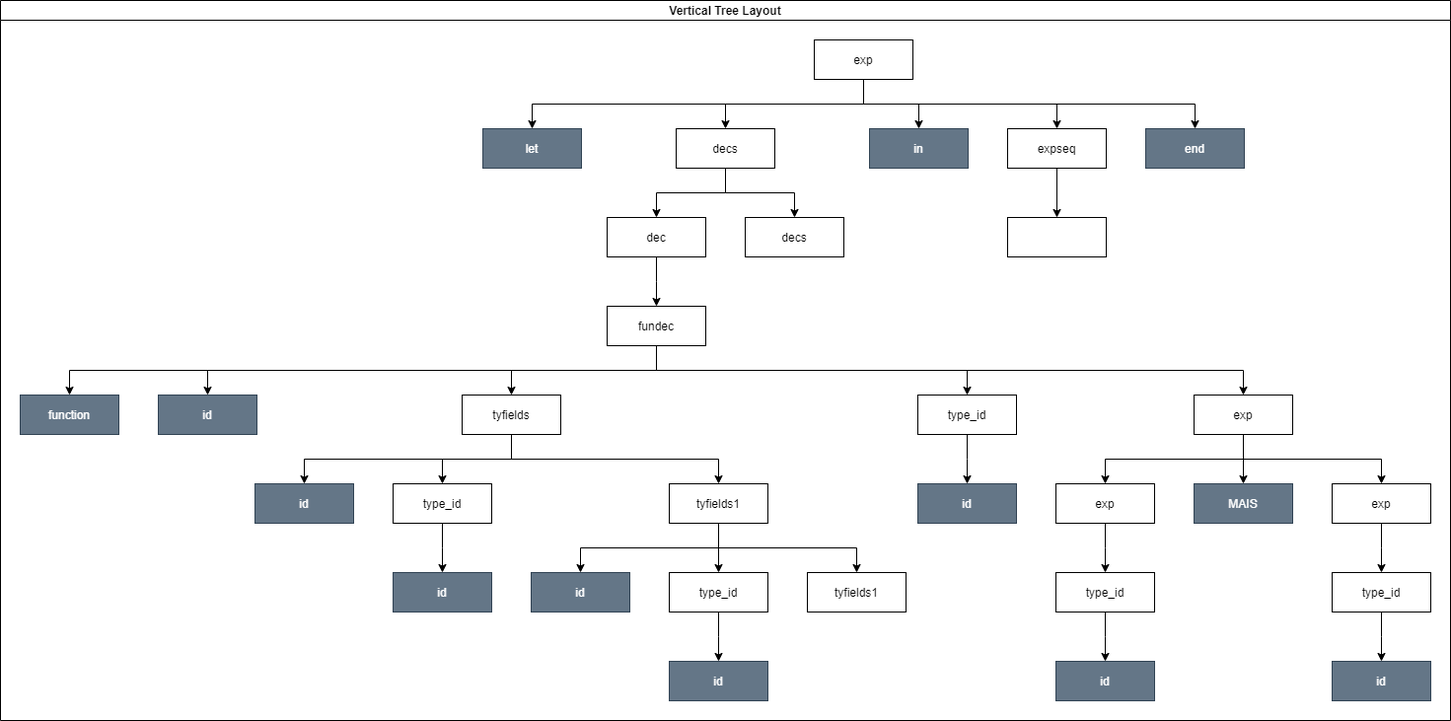
Above: rascunho/diagramas/declaracao_funcao.drawio.png in vitor-lucio/compiladores (draw.io), before the change. Source tidied: cells renumbered, new cells last; positions are measured from the earlier drawing's top-left corner, leaving out a move shared by most shapes.
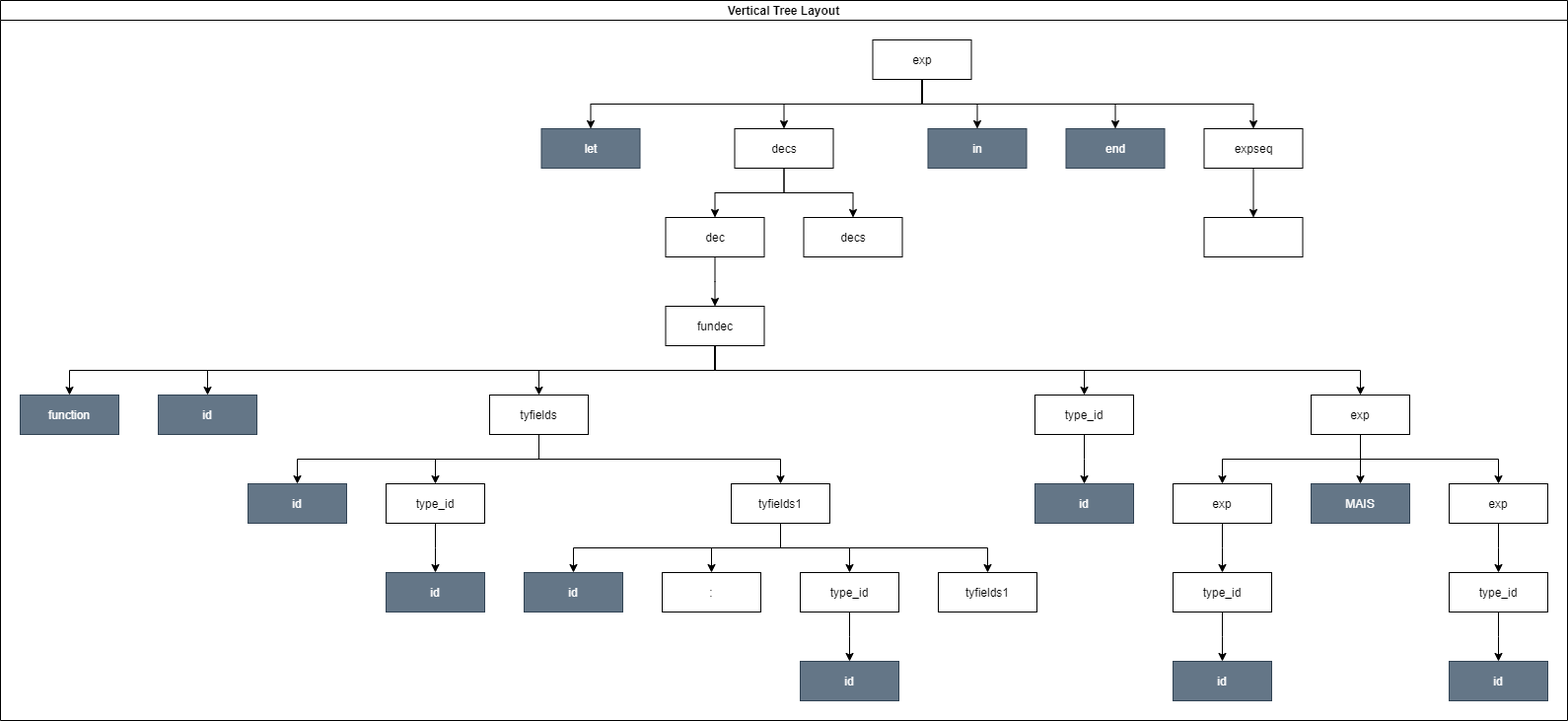
The same file after the commit.

The edit, as a diff of the source:
```diff
@@ -3,19 +3,19 @@
     <mxCell id="0" />
     <mxCell id="1" parent="0" />
     <mxCell id="2" value="Vertical Tree Layout" style="swimlane;startSize=20;horizontal=1;horizontalTree=0;containerType=tree;" parent="1" vertex="1">
-      <mxGeometry width="1470" height="730" as="geometry" />
+      <mxGeometry width="1589" height="730" as="geometry" />
     </mxCell>
     <mxCell id="3" value="exp" style="whiteSpace=wrap;html=1;" parent="2" vertex="1">
-      <mxGeometry x="825" y="40" width="100" height="40" as="geometry" />
+      <mxGeometry x="884.5" y="40" width="100" height="40" as="geometry" />
     </mxCell>
     <mxCell id="4" value="let" style="whiteSpace=wrap;html=1;fillColor=#647687;fontColor=#ffffff;strokeColor=#314354;" parent="2" vertex="1">
-      <mxGeometry x="489" y="130" width="100" height="40" as="geometry" />
+      <mxGeometry x="548.5" y="130" width="100" height="40" as="geometry" />
     </mxCell>
     <mxCell id="5" style="edgeStyle=elbowEdgeStyle;elbow=vertical;html=1;rounded=0;" parent="2" edge="1" source="3" target="4">
       <mxGeometry relative="1" as="geometry" />
     </mxCell>
     <mxCell id="6" value="decs" style="whiteSpace=wrap;html=1;" parent="2" vertex="1">
-      <mxGeometry x="685" y="130" width="100" height="40" as="geometry" />
+      <mxGeometry x="744.5" y="130" width="100" height="40" as="geometry" />
     </mxCell>
     <mxCell id="7" style="edgeStyle=elbowEdgeStyle;elbow=vertical;html=1;rounded=0;" parent="2" edge="1" source="3" target="6">
       <mxGeometry relative="1" as="geometry" />
@@ -24,43 +24,43 @@
       <mxGeometry relative="1" as="geometry" />
     </mxCell>
     <mxCell id="9" value="in" style="whiteSpace=wrap;html=1;fillColor=#647687;fontColor=#ffffff;strokeColor=#314354;" parent="2" vertex="1">
-      <mxGeometry x="881" y="130" width="100" height="40" as="geometry" />
+      <mxGeometry x="940.5" y="130" width="100" height="40" as="geometry" />
     </mxCell>
     <mxCell id="10" style="edgeStyle=orthogonalEdgeStyle;rounded=0;jettySize=auto;html=1;exitX=0.5;exitY=1;exitDx=0;exitDy=0;" parent="2" edge="1" source="3" target="11">
       <mxGeometry relative="1" as="geometry" />
     </mxCell>
     <mxCell id="11" value="end" style="whiteSpace=wrap;html=1;fillColor=#647687;fontColor=#ffffff;strokeColor=#314354;" parent="2" vertex="1">
-      <mxGeometry x="1161" y="130" width="100" height="40" as="geometry" />
+      <mxGeometry x="1080.5" y="130" width="100" height="40" as="geometry" />
     </mxCell>
     <mxCell id="12" style="edgeStyle=orthogonalEdgeStyle;rounded=0;jettySize=auto;html=1;exitX=0.5;exitY=1;exitDx=0;exitDy=0;" parent="2" edge="1" source="3" target="13">
       <mxGeometry relative="1" as="geometry" />
     </mxCell>
     <mxCell id="13" value="expseq" style="whiteSpace=wrap;html=1;" parent="2" vertex="1">
-      <mxGeometry x="1021" y="130" width="100" height="40" as="geometry" />
+      <mxGeometry x="1220.5" y="130" width="100" height="40" as="geometry" />
     </mxCell>
     <mxCell id="14" style="edgeStyle=elbowEdgeStyle;elbow=vertical;html=1;rounded=0;" parent="2" edge="1" source="6" target="15">
       <mxGeometry relative="1" as="geometry" />
     </mxCell>
     <mxCell id="15" value="dec" style="whiteSpace=wrap;html=1;" parent="2" vertex="1">
-      <mxGeometry x="615" y="220" width="100" height="40" as="geometry" />
+      <mxGeometry x="674.5" y="220" width="100" height="40" as="geometry" />
     </mxCell>
     <mxCell id="16" style="edgeStyle=orthogonalEdgeStyle;rounded=0;jettySize=auto;html=1;exitX=0.5;exitY=1;exitDx=0;exitDy=0;" parent="2" edge="1" source="13" target="17">
       <mxGeometry relative="1" as="geometry" />
     </mxCell>
     <mxCell id="17" value="&amp;nbsp;" style="whiteSpace=wrap;html=1;" parent="2" vertex="1">
-      <mxGeometry x="1021" y="220" width="100" height="40" as="geometry" />
+      <mxGeometry x="1220.5" y="220" width="100" height="40" as="geometry" />
     </mxCell>
     <mxCell id="18" style="edgeStyle=elbowEdgeStyle;elbow=vertical;html=1;rounded=0;" parent="2" edge="1" source="6" target="19">
       <mxGeometry relative="1" as="geometry" />
     </mxCell>
     <mxCell id="19" value="decs" style="whiteSpace=wrap;html=1;" parent="2" vertex="1">
-      <mxGeometry x="755" y="220" width="100" height="40" as="geometry" />
+      <mxGeometry x="814.5" y="220" width="100" height="40" as="geometry" />
     </mxCell>
     <mxCell id="20" style="edgeStyle=elbowEdgeStyle;elbow=vertical;html=1;rounded=0;" parent="2" edge="1" source="15" target="21">
       <mxGeometry relative="1" as="geometry" />
     </mxCell>
     <mxCell id="21" value="fundec" style="whiteSpace=wrap;html=1;" parent="2" vertex="1">
-      <mxGeometry x="615" y="310" width="100" height="40" as="geometry" />
+      <mxGeometry x="674.5" y="310" width="100" height="40" as="geometry" />
     </mxCell>
     <mxCell id="22" style="edgeStyle=elbowEdgeStyle;elbow=vertical;html=1;rounded=0;" parent="2" edge="1" source="21" target="23">
       <mxGeometry relative="1" as="geometry" />
@@ -78,115 +78,121 @@
       <mxGeometry relative="1" as="geometry" />
     </mxCell>
     <mxCell id="27" value="tyfields" style="whiteSpace=wrap;html=1;" parent="2" vertex="1">
-      <mxGeometry x="468" y="400" width="100" height="40" as="geometry" />
+      <mxGeometry x="496" y="400" width="100" height="40" as="geometry" />
     </mxCell>
     <mxCell id="28" style="edgeStyle=elbowEdgeStyle;elbow=vertical;html=1;rounded=0;" parent="2" edge="1" source="21" target="29">
       <mxGeometry relative="1" as="geometry" />
     </mxCell>
     <mxCell id="29" value="type_id" style="whiteSpace=wrap;html=1;" parent="2" vertex="1">
-      <mxGeometry x="930" y="400" width="100" height="40" as="geometry" />
+      <mxGeometry x="1049" y="400" width="100" height="40" as="geometry" />
     </mxCell>
     <mxCell id="30" style="edgeStyle=elbowEdgeStyle;elbow=vertical;html=1;rounded=0;" parent="2" edge="1" source="21" target="31">
       <mxGeometry relative="1" as="geometry" />
     </mxCell>
     <mxCell id="31" value="exp" style="whiteSpace=wrap;html=1;" parent="2" vertex="1">
-      <mxGeometry x="1210" y="400" width="100" height="40" as="geometry" />
+      <mxGeometry x="1329" y="400" width="100" height="40" as="geometry" />
     </mxCell>
     <mxCell id="32" style="edgeStyle=elbowEdgeStyle;elbow=vertical;html=1;rounded=0;" parent="2" edge="1" source="31" target="33">
       <mxGeometry relative="1" as="geometry" />
     </mxCell>
     <mxCell id="33" value="exp" style="whiteSpace=wrap;html=1;" parent="2" vertex="1">
-      <mxGeometry x="1070" y="490" width="100" height="40" as="geometry" />
+      <mxGeometry x="1189" y="490" width="100" height="40" as="geometry" />
     </mxCell>
     <mxCell id="34" style="edgeStyle=elbowEdgeStyle;elbow=vertical;html=1;rounded=0;" parent="2" edge="1" source="31" target="35">
       <mxGeometry relative="1" as="geometry" />
     </mxCell>
     <mxCell id="35" value="MAIS" style="whiteSpace=wrap;html=1;fillColor=#647687;fontColor=#ffffff;strokeColor=#314354;" parent="2" vertex="1">
-      <mxGeometry x="1210" y="490" width="100" height="40" as="geometry" />
+      <mxGeometry x="1329" y="490" width="100" height="40" as="geometry" />
     </mxCell>
     <mxCell id="36" style="edgeStyle=elbowEdgeStyle;elbow=vertical;html=1;rounded=0;" parent="2" edge="1" source="31" target="37">
       <mxGeometry relative="1" as="geometry" />
     </mxCell>
     <mxCell id="37" value="exp" style="whiteSpace=wrap;html=1;" parent="2" vertex="1">
-      <mxGeometry x="1350" y="490" width="100" height="40" as="geometry" />
+      <mxGeometry x="1469" y="490" width="100" height="40" as="geometry" />
     </mxCell>
     <mxCell id="38" style="edgeStyle=elbowEdgeStyle;elbow=vertical;html=1;rounded=0;" parent="2" edge="1" source="29" target="39">
       <mxGeometry relative="1" as="geometry" />
     </mxCell>
     <mxCell id="39" value="id" style="whiteSpace=wrap;html=1;fillColor=#647687;fontColor=#ffffff;strokeColor=#314354;" parent="2" vertex="1">
-      <mxGeometry x="930" y="490" width="100" height="40" as="geometry" />
+      <mxGeometry x="1049" y="490" width="100" height="40" as="geometry" />
     </mxCell>
     <mxCell id="40" style="edgeStyle=elbowEdgeStyle;elbow=vertical;html=1;rounded=0;" parent="2" edge="1" source="37" target="41">
       <mxGeometry relative="1" as="geometry" />
     </mxCell>
     <mxCell id="41" value="type_id" style="whiteSpace=wrap;html=1;" parent="2" vertex="1">
-      <mxGeometry x="1350" y="580" width="100" height="40" as="geometry" />
+      <mxGeometry x="1469" y="580" width="100" height="40" as="geometry" />
     </mxCell>
     <mxCell id="42" style="edgeStyle=elbowEdgeStyle;elbow=vertical;html=1;rounded=0;" parent="2" edge="1" source="33" target="43">
       <mxGeometry relative="1" as="geometry" />
     </mxCell>
     <mxCell id="43" value="type_id" style="whiteSpace=wrap;html=1;" parent="2" vertex="1">
-      <mxGeometry x="1070" y="580" width="100" height="40" as="geometry" />
+      <mxGeometry x="1189" y="580" width="100" height="40" as="geometry" />
     </mxCell>
     <mxCell id="44" style="edgeStyle=elbowEdgeStyle;elbow=vertical;html=1;rounded=0;" parent="2" edge="1" source="27" target="45">
       <mxGeometry relative="1" as="geometry" />
     </mxCell>
     <mxCell id="45" value="id" style="whiteSpace=wrap;html=1;fillColor=#647687;fontColor=#ffffff;strokeColor=#314354;" parent="2" vertex="1">
-      <mxGeometry x="258" y="490" width="100" height="40" as="geometry" />
+      <mxGeometry x="251" y="490" width="100" height="40" as="geometry" />
     </mxCell>
     <mxCell id="46" style="edgeStyle=elbowEdgeStyle;elbow=vertical;html=1;rounded=0;" parent="2" edge="1" source="27" target="47">
       <mxGeometry relative="1" as="geometry" />
     </mxCell>
     <mxCell id="47" value="type_id" style="whiteSpace=wrap;html=1;" parent="2" vertex="1">
-      <mxGeometry x="398" y="490" width="100" height="40" as="geometry" />
+      <mxGeometry x="391" y="490" width="100" height="40" as="geometry" />
     </mxCell>
     <mxCell id="48" style="edgeStyle=elbowEdgeStyle;elbow=vertical;html=1;rounded=0;" parent="2" edge="1" source="27" target="49">
       <mxGeometry relative="1" as="geometry" />
     </mxCell>
     <mxCell id="49" value="tyfields1" style="whiteSpace=wrap;html=1;" parent="2" vertex="1">
-      <mxGeometry x="678" y="490" width="100" height="40" as="geometry" />
+      <mxGeometry x="741" y="490" width="100" height="40" as="geometry" />
     </mxCell>
     <mxCell id="50" style="edgeStyle=elbowEdgeStyle;elbow=vertical;html=1;rounded=0;" parent="2" edge="1" source="49" target="51">
       <mxGeometry relative="1" as="geometry" />
     </mxCell>
     <mxCell id="51" value="id" style="whiteSpace=wrap;html=1;fillColor=#647687;fontColor=#ffffff;strokeColor=#314354;" parent="2" vertex="1">
-      <mxGeometry x="538" y="580" width="100" height="40" as="geometry" />
+      <mxGeometry x="531" y="580" width="100" height="40" as="geometry" />
     </mxCell>
-    <mxCell id="52" style="edgeStyle=elbowEdgeStyle;elbow=vertical;html=1;rounded=0;" parent="2" edge="1" source="49" target="53">
+    <mxCell id="52" style="edgeStyle=elbowEdgeStyle;elbow=vertical;html=1;rounded=0;entryX=0.5;entryY=0;entryDx=0;entryDy=0;" parent="2" edge="1" source="49" target="65">
       <mxGeometry relative="1" as="geometry" />
     </mxCell>
     <mxCell id="53" value="type_id" style="whiteSpace=wrap;html=1;" parent="2" vertex="1">
-      <mxGeometry x="678" y="580" width="100" height="40" as="geometry" />
+      <mxGeometry x="811" y="580" width="100" height="40" as="geometry" />
     </mxCell>
-    <mxCell id="54" style="edgeStyle=elbowEdgeStyle;elbow=vertical;html=1;rounded=0;" parent="2" edge="1" source="49" target="55">
+    <mxCell id="54" style="edgeStyle=elbowEdgeStyle;elbow=vertical;html=1;rounded=0;entryX=0.5;entryY=0;entryDx=0;entryDy=0;" parent="2" edge="1" source="49" target="53">
       <mxGeometry relative="1" as="geometry" />
     </mxCell>
     <mxCell id="55" value="tyfields1" style="whiteSpace=wrap;html=1;" parent="2" vertex="1">
-      <mxGeometry x="818" y="580" width="100" height="40" as="geometry" />
+      <mxGeometry x="951" y="580" width="100" height="40" as="geometry" />
     </mxCell>
     <mxCell id="56" style="edgeStyle=elbowEdgeStyle;elbow=vertical;html=1;rounded=0;" parent="2" edge="1" source="53" target="57">
       <mxGeometry relative="1" as="geometry" />
     </mxCell>
     <mxCell id="57" value="id" style="whiteSpace=wrap;html=1;fillColor=#647687;fontColor=#ffffff;strokeColor=#314354;" parent="2" vertex="1">
-      <mxGeometry x="678" y="670" width="100" height="40" as="geometry" />
+      <mxGeometry x="811" y="670" width="100" height="40" as="geometry" />
     </mxCell>
     <mxCell id="58" style="edgeStyle=elbowEdgeStyle;elbow=vertical;html=1;rounded=0;" parent="2" edge="1" source="47" target="59">
       <mxGeometry relative="1" as="geometry" />
     </mxCell>
     <mxCell id="59" value="id" style="whiteSpace=wrap;html=1;fillColor=#647687;fontColor=#ffffff;strokeColor=#314354;" parent="2" vertex="1">
-      <mxGeometry x="398" y="580" width="100" height="40" as="geometry" />
+      <mxGeometry x="391" y="580" width="100" height="40" as="geometry" />
     </mxCell>
     <mxCell id="60" style="edgeStyle=elbowEdgeStyle;elbow=vertical;html=1;rounded=0;" parent="2" edge="1" source="43" target="61">
       <mxGeometry relative="1" as="geometry" />
     </mxCell>
     <mxCell id="61" value="id" style="whiteSpace=wrap;html=1;fillColor=#647687;fontColor=#ffffff;strokeColor=#314354;" parent="2" vertex="1">
-      <mxGeometry x="1070" y="670" width="100" height="40" as="geometry" />
+      <mxGeometry x="1189" y="670" width="100" height="40" as="geometry" />
     </mxCell>
     <mxCell id="62" style="edgeStyle=elbowEdgeStyle;elbow=vertical;html=1;rounded=0;" parent="2" edge="1" source="41" target="63">
       <mxGeometry relative="1" as="geometry" />
     </mxCell>
     <mxCell id="63" value="id" style="whiteSpace=wrap;html=1;fillColor=#647687;fontColor=#ffffff;strokeColor=#314354;" parent="2" vertex="1">
-      <mxGeometry x="1350" y="670" width="100" height="40" as="geometry" />
+      <mxGeometry x="1469" y="670" width="100" height="40" as="geometry" />
     </mxCell>
+    <mxCell id="64" style="edgeStyle=elbowEdgeStyle;elbow=vertical;html=1;rounded=0;entryX=0.5;entryY=0;entryDx=0;entryDy=0;" parent="2" edge="1" source="49" target="55">
+      <mxGeometry relative="1" as="geometry" />
+    </mxCell>
+    <mxCell id="65" value=":" style="whiteSpace=wrap;html=1;" parent="2" vertex="1">
+      <mxGeometry x="671" y="580" width="100" height="40" as="geometry" />
+    </mxCell>
   </root>
 </mxGraphModel>
```
